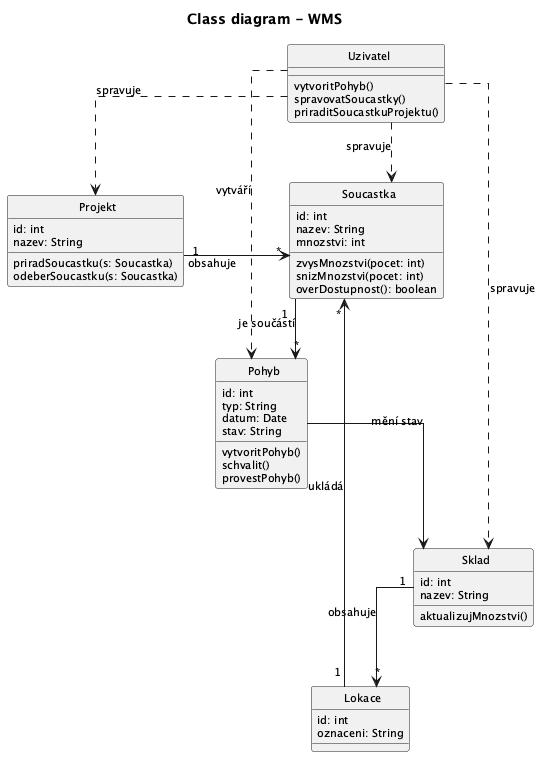
Earlier version of the PlantUML export docs/images/02_class_diagram.png (lkvapil/wms-elektronicke-soucastky).
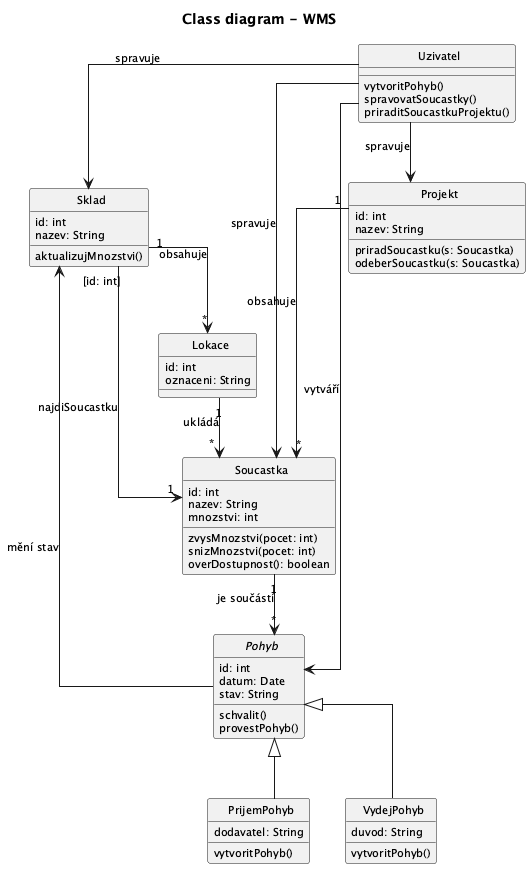
Above is the later version.

Commit message:
feat: class diagram - generalizace Pohyb/PrijemPohyb/VydejPohyb, kvalifikovana vazba Sklad-Soucastka

Diff of the diagram source:
```diff
@@ -29,14 +29,22 @@
   overDostupnost(): boolean
 }
 
-class Pohyb {
+abstract class Pohyb {
   id: int
-  typ: String
   datum: Date
   stav: String
-  vytvoritPohyb()
   schvalit()
   provestPohyb()
+}
+
+class PrijemPohyb {
+  dodavatel: String
+  vytvoritPohyb()
+}
+
+class VydejPohyb {
+  duvod: String
+  vytvoritPohyb()
 }
 
 class Sklad {
@@ -50,23 +58,27 @@
   oznaceni: String
 }
 
-Uzivatel -[hidden]down- Soucastka
-Projekt -[hidden]right- Soucastka
-Soucastka -[hidden]right- Sklad
-Pohyb -[hidden]right- Lokace
-Soucastka -[hidden]down- Pohyb
+PrijemPohyb --|> Pohyb
+VydejPohyb --|> Pohyb
 
-Uzivatel ..> Pohyb : vytváří
-Uzivatel ..> Soucastka : spravuje
-Uzivatel ..> Projekt : spravuje
-Uzivatel ..> Sklad : spravuje
+Sklad "[id: int]" --> "1" Soucastka : najdiSoucastku
 
 Projekt "1" --> "*" Soucastka : obsahuje
 Soucastka "1" --> "*" Pohyb : je součástí
-
 Sklad "1" --> "*" Lokace : obsahuje
 Lokace "1" --> "*" Soucastka : ukládá
-
 Pohyb --> Sklad : mění stav
 
+Uzivatel --> Pohyb : vytváří
+Uzivatel --> Soucastka : spravuje
+Uzivatel --> Projekt : spravuje
+Uzivatel --> Sklad : spravuje
+
+Uzivatel -[hidden]right- Projekt
+Projekt -[hidden]right- Soucastka
+Soucastka -[hidden]right- Sklad
+Soucastka -[hidden]down- Pohyb
+PrijemPohyb -[hidden]right- VydejPohyb
+Pohyb -[hidden]down- PrijemPohyb
+
 @enduml
```
